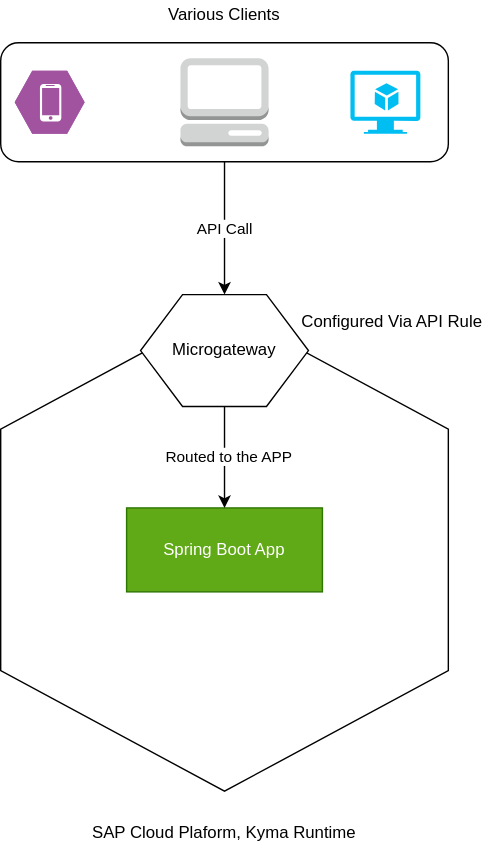
This is sample-extension-java/assets/extension.svg from SAP-samples/kyma-runtime-extension-samples, a draw.io export, as it was before one commit. Source tidied: cells renumbered, new cells last; positions are measured from the earlier drawing's top-left corner, leaving out a move shared by most shapes.
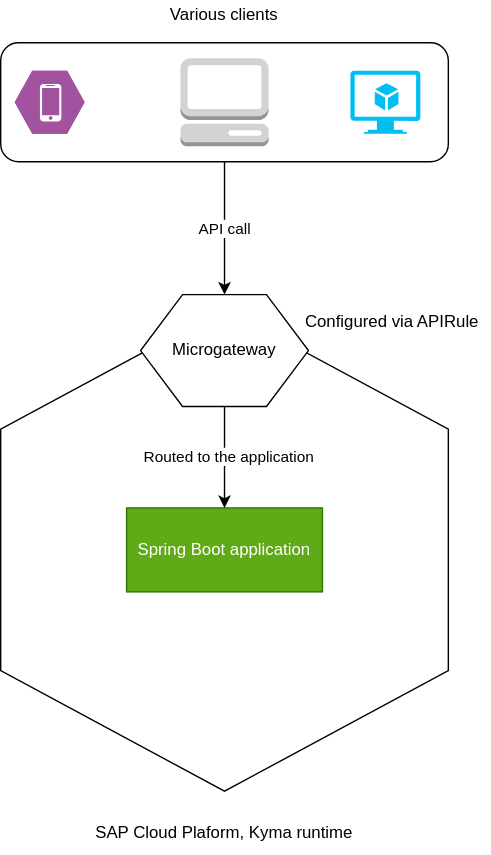
The same diagram one commit later.

Change to the diagram source:
```diff
@@ -2,7 +2,7 @@
   <root>
     <mxCell id="0" />
     <mxCell id="1" parent="0" />
-    <mxCell id="2" value="API Call" style="edgeStyle=orthogonalEdgeStyle;rounded=0;jettySize=auto;html=1;exitX=0.5;exitY=1;exitDx=0;exitDy=0;entryX=0.5;entryY=0;entryDx=0;entryDy=0;" parent="1" edge="1" source="3" target="9">
+    <mxCell id="2" value="API call" style="edgeStyle=orthogonalEdgeStyle;rounded=0;jettySize=auto;html=1;exitX=0.5;exitY=1;exitDx=0;exitDy=0;entryX=0.5;entryY=0;entryDx=0;entryDy=0;" parent="1" edge="1" source="3" target="9">
       <mxGeometry relative="1" as="geometry" />
     </mxCell>
     <mxCell id="3" style="rounded=1;whiteSpace=wrap;html=1;" parent="1" vertex="1">
@@ -11,16 +11,16 @@
     <mxCell id="4" style="shape=hexagon;perimeter=hexagonPerimeter2;whiteSpace=wrap;html=1;direction=south;" parent="1" vertex="1">
       <mxGeometry y="220" width="320" height="345" as="geometry" />
     </mxCell>
-    <mxCell id="5" value="Spring Boot App" style="rounded=0;whiteSpace=wrap;html=1;fillColor=#60a917;strokeColor=#2D7600;fontColor=#ffffff;" parent="1" vertex="1">
+    <mxCell id="5" value="Spring Boot application" style="rounded=0;whiteSpace=wrap;html=1;fillColor=#60a917;strokeColor=#2D7600;fontColor=#ffffff;" parent="1" vertex="1">
       <mxGeometry x="90" y="362.5" width="140" height="60" as="geometry" />
     </mxCell>
-    <mxCell id="6" value="SAP Cloud Plaform Extension Factory, Kyma Runtime" style="text;html=1;strokeColor=none;fillColor=none;align=center;verticalAlign=middle;whiteSpace=wrap;rounded=0;" parent="1" vertex="1">
+    <mxCell id="6" value="SAP Cloud Plaform, Kyma runtime" style="text;html=1;strokeColor=none;fillColor=none;align=center;verticalAlign=middle;whiteSpace=wrap;rounded=0;" parent="1" vertex="1">
       <mxGeometry x="50" y="580" width="220" height="30" as="geometry" />
     </mxCell>
     <mxCell id="7" style="edgeStyle=orthogonalEdgeStyle;rounded=0;jettySize=auto;html=1;" parent="1" edge="1" source="9" target="5">
       <mxGeometry relative="1" as="geometry" />
     </mxCell>
-    <mxCell id="8" value="Routed to the APP" style="edgeLabel;html=1;align=center;verticalAlign=middle;" parent="7" vertex="1">
+    <mxCell id="8" value="Routed to the application" style="edgeLabel;html=1;align=center;verticalAlign=middle;" parent="7" vertex="1">
       <mxGeometry x="-0.03" y="2" relative="1" as="geometry" />
     </mxCell>
     <mxCell id="9" value="Microgateway" style="shape=hexagon;perimeter=hexagonPerimeter2;whiteSpace=wrap;html=1;" parent="1" vertex="1">
@@ -35,10 +35,10 @@
     <mxCell id="12" style="verticalLabelPosition=bottom;html=1;verticalAlign=top;align=center;strokeColor=none;fillColor=#00BEF2;shape=mxgraph.azure.virtual_machine_feature;" parent="1" vertex="1">
       <mxGeometry x="250" y="50" width="50" height="45" as="geometry" />
     </mxCell>
-    <mxCell id="13" value="Configured Via API Rule" style="text;html=1;strokeColor=none;fillColor=none;align=center;verticalAlign=middle;whiteSpace=wrap;rounded=0;" parent="1" vertex="1">
+    <mxCell id="13" value="Configured via APIRule" style="text;html=1;strokeColor=none;fillColor=none;align=center;verticalAlign=middle;whiteSpace=wrap;rounded=0;" parent="1" vertex="1">
       <mxGeometry x="210" y="220" width="140" height="20" as="geometry" />
     </mxCell>
-    <mxCell id="14" value="Various Clients" style="text;html=1;strokeColor=none;fillColor=none;align=center;verticalAlign=middle;whiteSpace=wrap;rounded=0;" parent="1" vertex="1">
+    <mxCell id="14" value="Various clients" style="text;html=1;strokeColor=none;fillColor=none;align=center;verticalAlign=middle;whiteSpace=wrap;rounded=0;" parent="1" vertex="1">
       <mxGeometry x="110" width="100" height="20" as="geometry" />
     </mxCell>
   </root>
```
